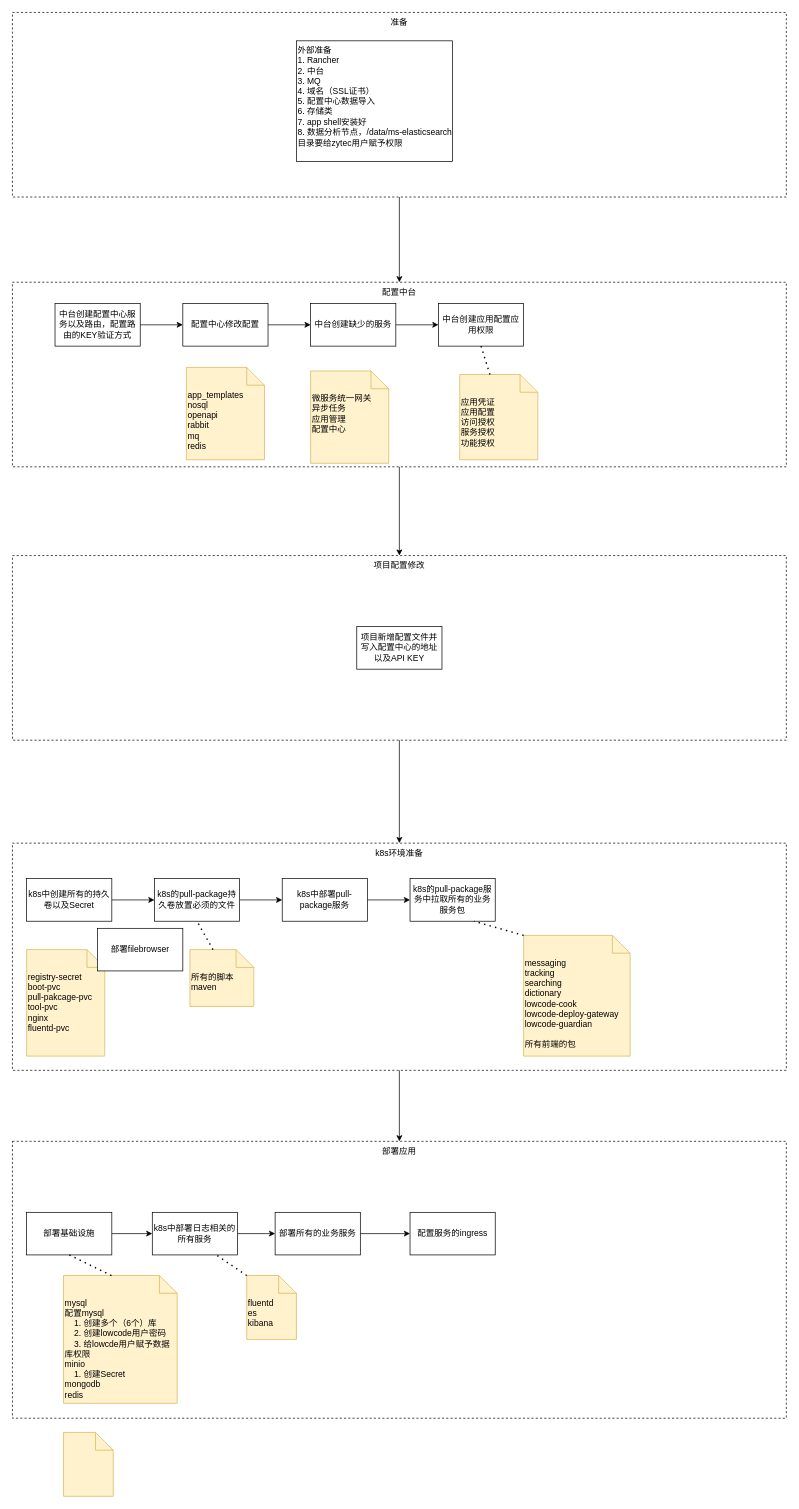
Before: 部署流程.drawio in ProgrammerLZ/drawio, a draw.io diagram. Source tidied: cells renumbered, new cells numbered last; positions are measured from the earlier drawing's top-left corner, leaving out a move shared by most shapes. Both pictures are drawn from the tidied source at 71%, with x=0, y=0 at pixel (12, 12).
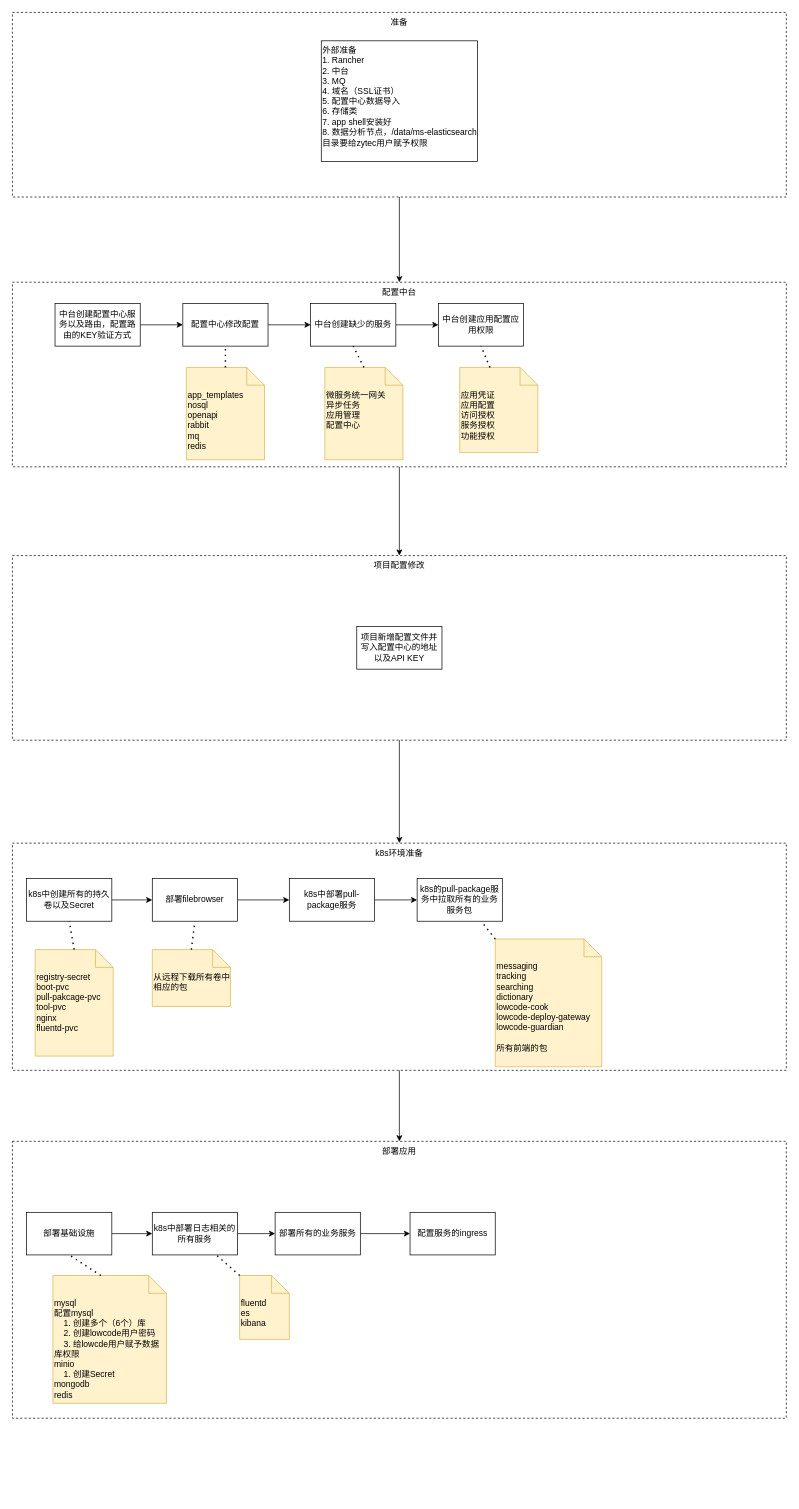
The same diagram, later.

Commit message:
更新部署流程.drawio

The change refers to these unchanged cells:
```xml
<mxCell id="18" value="配置中心修改配置" style="rounded=0;whiteSpace=wrap;html=1;" parent="1" vertex="1">
  <mxGeometry x="240" y="410" width="120" height="60" as="geometry" />
</mxCell>
<mxCell id="21" value="中台创建缺少的服务" style="rounded=0;whiteSpace=wrap;html=1;" parent="1" vertex="1">
  <mxGeometry x="420" y="410" width="120" height="60" as="geometry" />
</mxCell>
<mxCell id="24" value="k8s中创建所有的持久卷以及Secret" style="rounded=0;whiteSpace=wrap;html=1;" parent="1" vertex="1">
  <mxGeometry x="20" y="1220" width="120" height="60" as="geometry" />
</mxCell>
<mxCell id="44" value="app_templates&lt;div&gt;nosql&lt;/div&gt;&lt;div&gt;openapi&lt;/div&gt;&lt;div&gt;rabbit&lt;/div&gt;&lt;div&gt;mq&lt;/div&gt;&lt;div&gt;redis&lt;/div&gt;" style="shape=note2;boundedLbl=1;whiteSpace=wrap;html=1;size=25;verticalAlign=top;align=left;fillColor=#fff2cc;strokeColor=#d6b656;" parent="1" vertex="1">
  <mxGeometry x="245" y="500" width="110" height="130" as="geometry" />
</mxCell>
```

Change to the diagram source:
```diff
@@
     <mxCell id="12" value="fluentd&lt;div&gt;es&lt;/div&gt;&lt;div&gt;kibana&lt;/div&gt;" style="shape=note2;boundedLbl=1;whiteSpace=wrap;html=1;size=25;verticalAlign=top;align=left;fillColor=#fff2cc;strokeColor=#d6b656;" parent="1" vertex="1">
-      <mxGeometry x="330" y="1779" width="70" height="90" as="geometry" />
+      <mxGeometry x="320" y="1779" width="70" height="90" as="geometry" />
     </mxCell>
@@
     <mxCell id="14" value="外部准备&lt;div&gt;1. Rancher&lt;/div&gt;&lt;div&gt;2. 中台&lt;/div&gt;&lt;div&gt;3. MQ&lt;/div&gt;&lt;div&gt;4. 域名（SSL证书）&lt;/div&gt;&lt;div&gt;5. 配置中心数据导入&lt;/div&gt;&lt;div&gt;6. 存储类&lt;/div&gt;&lt;div&gt;7. app shell安装好&lt;/div&gt;&lt;div&gt;8. 数据分析节点，/data/ms-elasticsearch目录要给zytec用户赋予权限&lt;/div&gt;" style="text;html=1;align=left;verticalAlign=top;whiteSpace=wrap;rounded=0;strokeColor=default;" parent="1" vertex="1">
-      <mxGeometry x="400" y="40" width="220" height="170" as="geometry" />
+      <mxGeometry x="435" y="40" width="220" height="170" as="geometry" />
     </mxCell>
@@
-    <mxCell id="23" style="edgeStyle=none;rounded=0;jettySize=auto;html=1;fontFamily=Helvetica;fontSize=12;fontColor=default;" parent="1" edge="1" source="24" target="30">
-      <mxGeometry relative="1" as="geometry" />
-    </mxCell>
+    <mxCell id="49" style="edgeStyle=orthogonalEdgeStyle;rounded=0;jettySize=auto;html=1;" parent="1" edge="1" source="24" target="47">
+      <mxGeometry relative="1" as="geometry" />
+    </mxCell>
@@
     <mxCell id="27" value="mysql&lt;div&gt;&lt;div&gt;&lt;span style=&quot;text-align: center;&quot;&gt;配置mysql&lt;/span&gt;&lt;br&gt;&lt;/div&gt;&lt;div&gt;&lt;span style=&quot;text-align: center;&quot;&gt;&amp;nbsp; &amp;nbsp;&amp;nbsp;&lt;/span&gt;&lt;span style=&quot;background-color: initial;&quot;&gt;1. 创建多个（6个）库&lt;/span&gt;&lt;/div&gt;&lt;div&gt;&amp;nbsp; &amp;nbsp; 2. 创建lowcode用户密码&lt;/div&gt;&lt;div&gt;&amp;nbsp; &amp;nbsp; 3. 给lowcde用户赋予数据库权限&lt;/div&gt;&lt;div&gt;minio&lt;/div&gt;&lt;div&gt;&amp;nbsp; &amp;nbsp; 1. 创建Secret&lt;/div&gt;&lt;div&gt;mongodb&lt;/div&gt;&lt;div&gt;redis&lt;/div&gt;&lt;div&gt;&lt;br&gt;&lt;/div&gt;&lt;/div&gt;" style="shape=note2;boundedLbl=1;whiteSpace=wrap;html=1;size=25;verticalAlign=top;align=left;fillColor=#fff2cc;strokeColor=#d6b656;" parent="1" vertex="1">
-      <mxGeometry x="72" y="1779" width="160" height="180" as="geometry" />
+      <mxGeometry x="57" y="1779" width="160" height="180" as="geometry" />
     </mxCell>
@@
-    <mxCell id="29" style="edgeStyle=none;rounded=0;jettySize=auto;html=1;fontFamily=Helvetica;fontSize=12;fontColor=default;" parent="1" edge="1" source="30" target="32">
-      <mxGeometry relative="1" as="geometry" />
-    </mxCell>
-    <mxCell id="30" value="k8s的pull-package持久卷放置必须的文件" style="rounded=0;whiteSpace=wrap;html=1;" parent="1" vertex="1">
-      <mxGeometry x="200" y="1220" width="120" height="60" as="geometry" />
-    </mxCell>
@@
     <mxCell id="32" value="k8s中部署pull-package服务" style="rounded=0;whiteSpace=wrap;html=1;" parent="1" vertex="1">
-      <mxGeometry x="380" y="1220" width="120" height="60" as="geometry" />
+      <mxGeometry x="390" y="1220" width="120" height="60" as="geometry" />
     </mxCell>
-    <mxCell id="33" value="所有的脚本&lt;div&gt;maven&lt;/div&gt;" style="shape=note2;boundedLbl=1;whiteSpace=wrap;html=1;size=25;verticalAlign=top;align=left;fillColor=#fff2cc;strokeColor=#d6b656;" parent="1" vertex="1">
-      <mxGeometry x="250" y="1320" width="90" height="80" as="geometry" />
-    </mxCell>
-    <mxCell id="34" style="endArrow=none;dashed=1;html=1;dashPattern=1 3;strokeWidth=2;rounded=0;entryX=0.5;entryY=1;entryDx=0;entryDy=0;exitX=0;exitY=0;exitDx=32.5;exitDy=0;exitPerimeter=0;" parent="1" edge="1" source="33" target="30">
-      <mxGeometry relative="1" as="geometry" />
-    </mxCell>
     <mxCell id="35" value="k8s的pull-package服务中拉取所有的业务服务包" style="rounded=0;whiteSpace=wrap;html=1;" parent="1" vertex="1">
-      <mxGeometry x="560" y="1220" width="120" height="60" as="geometry" />
+      <mxGeometry x="570" y="1220" width="120" height="60" as="geometry" />
     </mxCell>
@@
     <mxCell id="39" value="&lt;div&gt;应用凭证&lt;/div&gt;应用配置&lt;div&gt;访问授权&lt;/div&gt;&lt;div&gt;服务授权&lt;/div&gt;&lt;div&gt;功能授权&lt;/div&gt;" style="shape=note2;boundedLbl=1;whiteSpace=wrap;html=1;size=25;verticalAlign=top;align=left;fillColor=#fff2cc;strokeColor=#d6b656;" parent="1" vertex="1">
-      <mxGeometry x="630" y="510" width="110" height="120" as="geometry" />
+      <mxGeometry x="630" y="500" width="110" height="120" as="geometry" />
     </mxCell>
@@
     <mxCell id="41" value="messaging&lt;div&gt;tracking&lt;/div&gt;&lt;div&gt;searching&lt;/div&gt;&lt;div&gt;dictionary&lt;/div&gt;&lt;div&gt;lowcode-cook&lt;/div&gt;&lt;div&gt;lowcode-deploy-gateway&lt;/div&gt;&lt;div&gt;lowcode-guardian&lt;/div&gt;&lt;div&gt;&lt;br&gt;&lt;/div&gt;&lt;div&gt;所有前端的包&lt;/div&gt;" style="shape=note2;boundedLbl=1;whiteSpace=wrap;html=1;size=25;verticalAlign=top;align=left;fillColor=#fff2cc;strokeColor=#d6b656;" parent="1" vertex="1">
-      <mxGeometry x="720" y="1300" width="150" height="170" as="geometry" />
+      <mxGeometry x="680" y="1305" width="150" height="180" as="geometry" />
     </mxCell>
@@
     <mxCell id="45" value="微服务统一网关&lt;div&gt;异步任务&lt;/div&gt;&lt;div&gt;应用管理&lt;/div&gt;&lt;div&gt;配置中心&lt;/div&gt;&lt;div&gt;&lt;br&gt;&lt;/div&gt;" style="shape=note2;boundedLbl=1;whiteSpace=wrap;html=1;size=25;verticalAlign=top;align=left;fillColor=#fff2cc;strokeColor=#d6b656;" parent="1" vertex="1">
-      <mxGeometry x="420" y="505" width="110" height="130" as="geometry" />
+      <mxGeometry x="440" y="500" width="110" height="130" as="geometry" />
     </mxCell>
     <mxCell id="46" value="registry-secret&lt;div&gt;boot-pvc&lt;/div&gt;&lt;div&gt;pull-pakcage-pvc&lt;/div&gt;&lt;div&gt;tool-pvc&lt;/div&gt;&lt;div&gt;nginx&lt;/div&gt;&lt;div&gt;fluentd-pvc&lt;/div&gt;&lt;div&gt;&lt;br&gt;&lt;/div&gt;" style="shape=note2;boundedLbl=1;whiteSpace=wrap;html=1;size=25;verticalAlign=top;align=left;fillColor=#fff2cc;strokeColor=#d6b656;" parent="1" vertex="1">
-      <mxGeometry x="20" y="1320" width="110" height="150" as="geometry" />
+      <mxGeometry x="32" y="1320" width="110" height="150" as="geometry" />
     </mxCell>
+    <mxCell id="50" style="edgeStyle=orthogonalEdgeStyle;rounded=0;jettySize=auto;html=1;" parent="1" edge="1" source="47" target="32">
+      <mxGeometry relative="1" as="geometry" />
+    </mxCell>
     <mxCell id="47" value="部署filebrowser" style="rounded=0;whiteSpace=wrap;html=1;" parent="1" vertex="1">
-      <mxGeometry x="120" y="1290" width="120" height="60" as="geometry" />
+      <mxGeometry x="197" y="1220" width="120" height="60" as="geometry" />
     </mxCell>
-    <mxCell id="48" style="shape=note2;boundedLbl=1;whiteSpace=wrap;html=1;size=25;verticalAlign=top;align=left;fillColor=#fff2cc;strokeColor=#d6b656;" parent="1" vertex="1">
-      <mxGeometry x="72" y="2000" width="70" height="90" as="geometry" />
-    </mxCell>
+    <mxCell id="51" value="从远程下载所有卷中相应的包" style="shape=note2;boundedLbl=1;whiteSpace=wrap;html=1;size=25;verticalAlign=top;align=left;fillColor=#fff2cc;strokeColor=#d6b656;" parent="1" vertex="1">
+      <mxGeometry x="197" y="1320" width="110" height="80" as="geometry" />
+    </mxCell>
+    <mxCell id="52" style="endArrow=none;dashed=1;html=1;dashPattern=1 3;strokeWidth=2;rounded=0;entryX=0.5;entryY=1;entryDx=0;entryDy=0;exitX=0.5;exitY=0;exitDx=0;exitDy=0;exitPerimeter=0;" parent="1" edge="1" source="46" target="24">
+      <mxGeometry relative="1" as="geometry" />
+    </mxCell>
+    <mxCell id="53" style="endArrow=none;dashed=1;html=1;dashPattern=1 3;strokeWidth=2;rounded=0;entryX=0.5;entryY=1;entryDx=0;entryDy=0;exitX=0.5;exitY=0;exitDx=0;exitDy=0;exitPerimeter=0;" parent="1" edge="1" source="51" target="47">
+      <mxGeometry relative="1" as="geometry" />
+    </mxCell>
+    <mxCell id="54" style="endArrow=none;dashed=1;html=1;dashPattern=1 3;strokeWidth=2;rounded=0;entryX=0.5;entryY=1;entryDx=0;entryDy=0;exitX=0.5;exitY=0;exitDx=0;exitDy=0;exitPerimeter=0;" parent="1" edge="1" source="45" target="21">
+      <mxGeometry relative="1" as="geometry" />
+    </mxCell>
+    <mxCell id="55" style="endArrow=none;dashed=1;html=1;dashPattern=1 3;strokeWidth=2;rounded=0;entryX=0.5;entryY=1;entryDx=0;entryDy=0;exitX=0.5;exitY=0;exitDx=0;exitDy=0;exitPerimeter=0;" parent="1" edge="1" source="44" target="18">
+      <mxGeometry relative="1" as="geometry" />
+    </mxCell>
```
